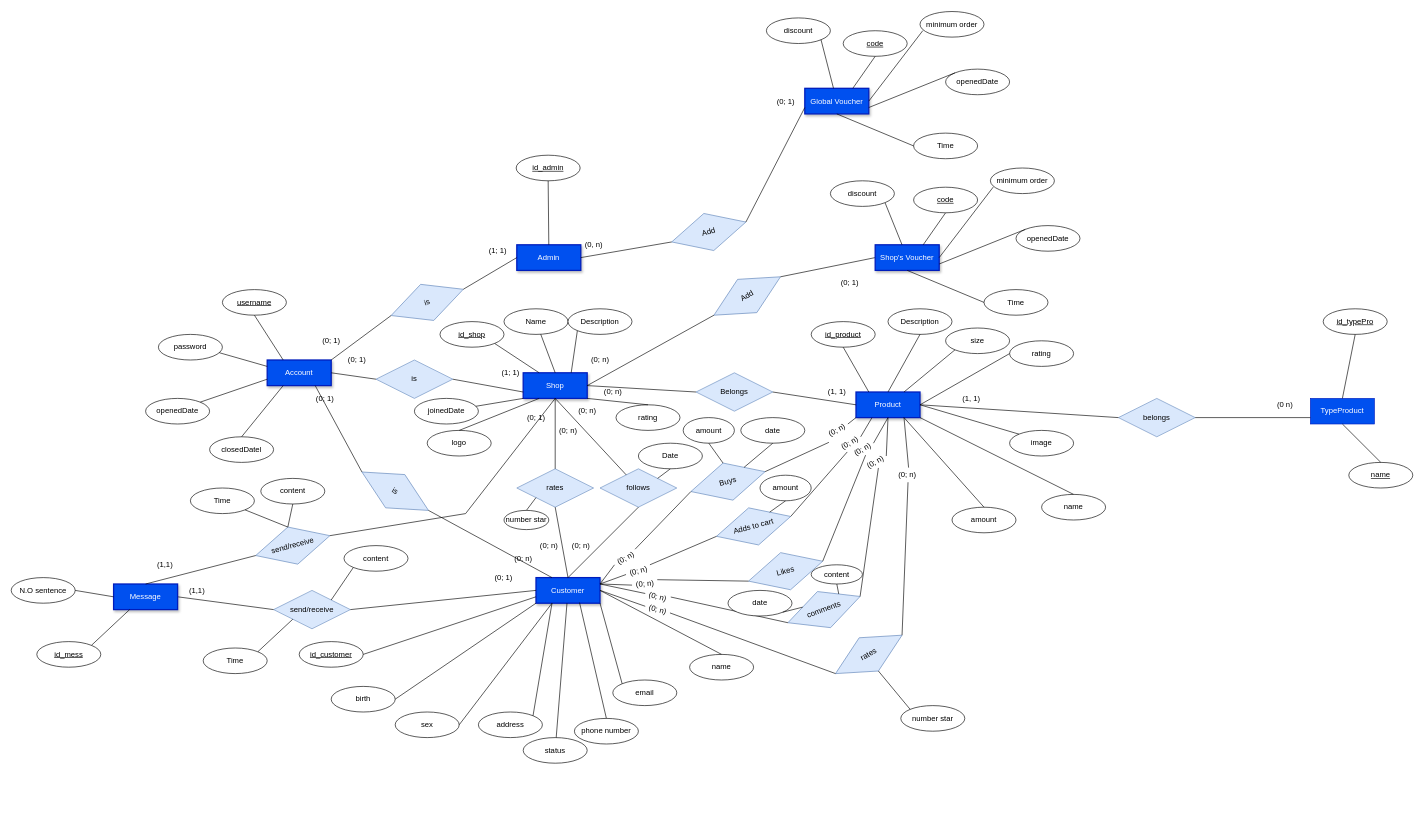
Earlier version of the draw.io diagram database_design/database_design_ER.drawio (ndkhoa200400/Mongoloid). Source tidied: cells renumbered, new cells numbered last; positions are measured from the earlier drawing's top-left corner, leaving out a move shared by most shapes. Both pictures are drawn from the tidied source at 64%, with x=0, y=0 at pixel (11, 12).
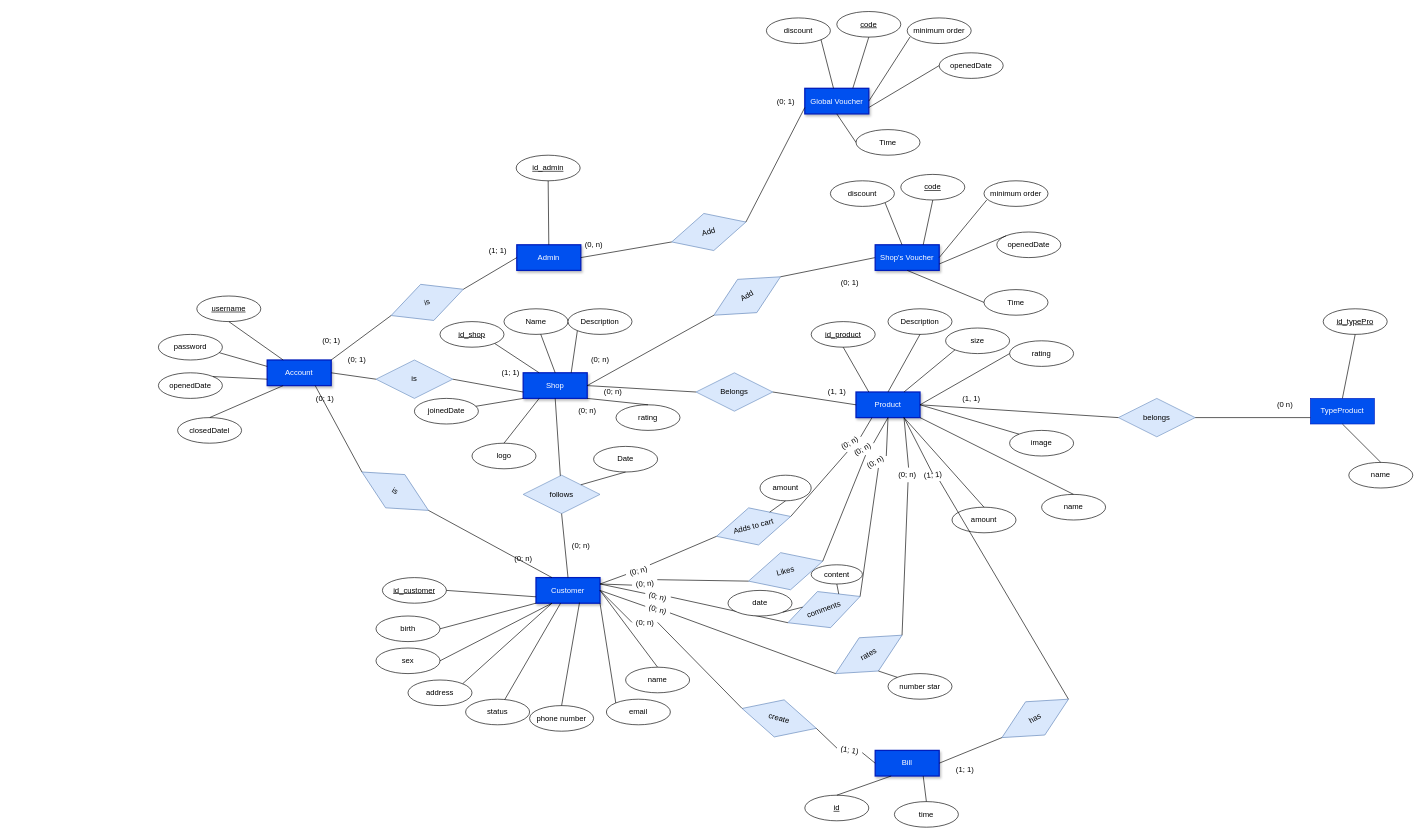
Above is the later version.

Unchanged cells that the change refers to:
```xml
<mxCell id="4" value="Shop" style="whiteSpace=wrap;html=1;align=center;fillColor=#0050ef;strokeColor=#001DBC;fontColor=#ffffff;rounded=0;shadow=1;strokeWidth=2;glass=0;sketch=0;" parent="1" vertex="1">
  <mxGeometry x="800" y="564" width="100" height="40" as="geometry" />
</mxCell>
<mxCell id="5" value="Customer" style="whiteSpace=wrap;html=1;align=center;fillColor=#0050ef;strokeColor=#001DBC;fontColor=#ffffff;rounded=0;shadow=1;strokeWidth=2;glass=0;sketch=0;" parent="1" vertex="1">
  <mxGeometry x="820" y="884" width="100" height="40" as="geometry" />
</mxCell>
<mxCell id="6" value="Product" style="whiteSpace=wrap;html=1;align=center;strokeWidth=2;fillColor=#0050ef;strokeColor=#001DBC;fontColor=#ffffff;perimeterSpacing=0;glass=0;sketch=0;shadow=1;rounded=0;" parent="1" vertex="1">
  <mxGeometry x="1320" y="594" width="100" height="40" as="geometry" />
</mxCell>
<mxCell id="39" value="Global Voucher" style="whiteSpace=wrap;html=1;align=center;fillColor=#0050ef;strokeColor=#001DBC;fontColor=#ffffff;rounded=0;shadow=1;strokeWidth=2;glass=0;sketch=0;" parent="1" vertex="1">
  <mxGeometry x="1240" y="119.5" width="100" height="40" as="geometry" />
</mxCell>
```

Change to the diagram source:
```diff
@@
     <mxCell id="8" value="phone number" style="ellipse;whiteSpace=wrap;html=1;align=center;" parent="1" vertex="1">
-      <mxGeometry x="880" y="1104" width="100" height="40" as="geometry" />
+      <mxGeometry x="810" y="1084" width="100" height="40" as="geometry" />
     </mxCell>
     <mxCell id="9" value="email" style="ellipse;whiteSpace=wrap;html=1;align=center;" parent="1" vertex="1">
-      <mxGeometry x="940" y="1044" width="100" height="40" as="geometry" />
+      <mxGeometry x="930" y="1074" width="100" height="40" as="geometry" />
     </mxCell>
     <mxCell id="10" value="address" style="ellipse;whiteSpace=wrap;html=1;align=center;" parent="1" vertex="1">
-      <mxGeometry x="730" y="1094" width="100" height="40" as="geometry" />
+      <mxGeometry x="620" y="1044" width="100" height="40" as="geometry" />
     </mxCell>
     <mxCell id="11" value="sex" style="ellipse;whiteSpace=wrap;html=1;align=center;" parent="1" vertex="1">
-      <mxGeometry x="600" y="1094" width="100" height="40" as="geometry" />
+      <mxGeometry x="570" y="994" width="100" height="40" as="geometry" />
     </mxCell>
     <mxCell id="12" value="&lt;u&gt;username&lt;/u&gt;" style="ellipse;whiteSpace=wrap;html=1;align=center;" parent="1" vertex="1">
-      <mxGeometry x="330" y="434" width="100" height="40" as="geometry" />
+      <mxGeometry x="290" y="444" width="100" height="40" as="geometry" />
     </mxCell>
@@
     <mxCell id="16" value="openedDate" style="ellipse;whiteSpace=wrap;html=1;align=center;" parent="1" vertex="1">
-      <mxGeometry x="210" y="604" width="100" height="40" as="geometry" />
+      <mxGeometry x="230" y="564" width="100" height="40" as="geometry" />
     </mxCell>
     <mxCell id="17" value="closedDatel" style="ellipse;whiteSpace=wrap;html=1;align=center;" parent="1" vertex="1">
-      <mxGeometry x="310" y="664" width="100" height="40" as="geometry" />
+      <mxGeometry x="260" y="634" width="100" height="40" as="geometry" />
     </mxCell>
@@
     <mxCell id="20" value="name" style="ellipse;whiteSpace=wrap;html=1;align=center;" parent="1" vertex="1">
-      <mxGeometry x="1060" y="1004" width="100" height="40" as="geometry" />
+      <mxGeometry x="960" y="1024" width="100" height="40" as="geometry" />
     </mxCell>
@@
-    <mxCell id="36" value="Buys" style="shape=rhombus;perimeter=rhombusPerimeter;whiteSpace=wrap;html=1;align=center;rotation=-15;fillColor=#dae8fc;strokeColor=#6c8ebf;" parent="1" vertex="1">
-      <mxGeometry x="1060" y="704" width="120" height="60" as="geometry" />
-    </mxCell>
@@
     <mxCell id="40" value="&lt;u&gt;code&lt;/u&gt;" style="ellipse;whiteSpace=wrap;html=1;align=center;" parent="1" vertex="1">
-      <mxGeometry x="1300" y="29.5" width="100" height="40" as="geometry" />
+      <mxGeometry x="1290" y="-0.5" width="100" height="40" as="geometry" />
     </mxCell>
     <mxCell id="41" value="minimum order" style="ellipse;whiteSpace=wrap;html=1;align=center;" parent="1" vertex="1">
-      <mxGeometry x="1420" y="-0.5" width="100" height="40" as="geometry" />
+      <mxGeometry x="1400" y="9.5" width="100" height="40" as="geometry" />
     </mxCell>
@@
     <mxCell id="47" value="logo" style="ellipse;whiteSpace=wrap;html=1;align=center;" parent="1" vertex="1">
-      <mxGeometry x="650" y="654" width="100" height="40" as="geometry" />
+      <mxGeometry x="720" y="674" width="100" height="40" as="geometry" />
     </mxCell>
     <mxCell id="48" value="birth" style="ellipse;whiteSpace=wrap;html=1;align=center;" parent="1" vertex="1">
-      <mxGeometry x="500" y="1054" width="100" height="40" as="geometry" />
+      <mxGeometry x="570" y="944" width="100" height="40" as="geometry" />
     </mxCell>
     <mxCell id="49" value="status" style="ellipse;whiteSpace=wrap;html=1;align=center;" parent="1" vertex="1">
-      <mxGeometry x="800" y="1134" width="100" height="40" as="geometry" />
+      <mxGeometry x="710" y="1074" width="100" height="40" as="geometry" />
     </mxCell>
@@
     <mxCell id="56" value="follows" style="shape=rhombus;perimeter=rhombusPerimeter;whiteSpace=wrap;html=1;align=center;fillColor=#dae8fc;strokeColor=#6c8ebf;" parent="1" vertex="1">
-      <mxGeometry x="920" y="714" width="120" height="60" as="geometry" />
+      <mxGeometry x="800" y="724" width="120" height="60" as="geometry" />
     </mxCell>
@@
-    <mxCell id="59" style="endArrow=none;html=1;rounded=0;exitX=1;exitY=0.25;exitDx=0;exitDy=0;entryX=0;entryY=0.5;entryDx=0;entryDy=0;" parent="1" edge="1" source="137" target="36">
-      <mxGeometry relative="1" as="geometry" />
-    </mxCell>
-    <mxCell id="60" style="endArrow=none;html=1;rounded=0;entryX=0;entryY=1;entryDx=0;entryDy=0;exitX=1;exitY=0.5;exitDx=0;exitDy=0;" parent="1" edge="1" source="145" target="6">
-      <mxGeometry relative="1" as="geometry" />
-    </mxCell>
@@
     <mxCell id="73" value="openedDate" style="ellipse;whiteSpace=wrap;html=1;align=center;" parent="1" vertex="1">
-      <mxGeometry x="1460" y="89.5" width="100" height="40" as="geometry" />
+      <mxGeometry x="1450" y="64" width="100" height="40" as="geometry" />
     </mxCell>
-    <mxCell id="74" style="endArrow=none;html=1;rounded=0;entryX=0;entryY=0;entryDx=0;entryDy=0;exitX=1;exitY=0.75;exitDx=0;exitDy=0;" parent="1" edge="1" source="39" target="73">
+    <mxCell id="74" style="endArrow=none;html=1;rounded=0;entryX=0;entryY=0.5;entryDx=0;entryDy=0;exitX=1;exitY=0.75;exitDx=0;exitDy=0;" parent="1" edge="1" source="39" target="73">
       <mxGeometry relative="1" as="geometry" />
     </mxCell>
     <mxCell id="75" value="Time" style="ellipse;whiteSpace=wrap;html=1;align=center;" parent="1" vertex="1">
-      <mxGeometry x="1410" y="189.5" width="100" height="40" as="geometry" />
+      <mxGeometry x="1320" y="184" width="100" height="40" as="geometry" />
     </mxCell>
@@
-    <mxCell id="95" value="rates" style="shape=rhombus;perimeter=rhombusPerimeter;whiteSpace=wrap;html=1;align=center;fillColor=#dae8fc;strokeColor=#6c8ebf;" parent="1" vertex="1">
-      <mxGeometry x="790" y="714" width="120" height="60" as="geometry" />
-    </mxCell>
-    <mxCell id="96" style="endArrow=none;html=1;rounded=0;entryX=0.5;entryY=1;entryDx=0;entryDy=0;exitX=0.5;exitY=0;exitDx=0;exitDy=0;" parent="1" edge="1" source="95" target="4">
-      <mxGeometry relative="1" as="geometry" />
-    </mxCell>
-    <mxCell id="97" style="endArrow=none;html=1;rounded=0;exitX=0.5;exitY=1;exitDx=0;exitDy=0;entryX=0.5;entryY=0;entryDx=0;entryDy=0;" parent="1" edge="1" source="95" target="5">
-      <mxGeometry relative="1" as="geometry" />
-    </mxCell>
@@
-    <mxCell id="105" value="send/receive" style="shape=rhombus;perimeter=rhombusPerimeter;whiteSpace=wrap;html=1;align=center;fillColor=#dae8fc;strokeColor=#6c8ebf;" parent="1" vertex="1">
-      <mxGeometry x="410" y="904" width="120" height="60" as="geometry" />
-    </mxCell>
-    <mxCell id="106" style="endArrow=none;html=1;rounded=0;entryX=0;entryY=0.5;entryDx=0;entryDy=0;exitX=1;exitY=0.5;exitDx=0;exitDy=0;" parent="1" edge="1" source="176" target="105">
-      <mxGeometry relative="1" as="geometry" />
-    </mxCell>
-    <mxCell id="107" style="endArrow=none;html=1;rounded=0;exitX=1;exitY=0.5;exitDx=0;exitDy=0;entryX=0;entryY=0.5;entryDx=0;entryDy=0;" parent="1" edge="1" source="105" target="5">
-      <mxGeometry relative="1" as="geometry" />
-    </mxCell>
@@
-    <mxCell id="115" value="(0; 1)" style="text;html=1;align=center;verticalAlign=middle;" parent="1" vertex="1">
-      <mxGeometry x="749" y="874" width="40" height="20" as="geometry" />
-    </mxCell>
@@
-    <mxCell id="119" value="(0; n)" style="text;html=1;align=center;verticalAlign=middle;" parent="1" vertex="1">
-      <mxGeometry x="820" y="824" width="40" height="20" as="geometry" />
-    </mxCell>
@@
-    <mxCell id="122" value="(0; n)" style="text;html=1;align=center;verticalAlign=middle;" parent="1" vertex="1">
-      <mxGeometry x="850" y="644" width="40" height="20" as="geometry" />
-    </mxCell>
-    <mxCell id="123" value="(1,1)" style="text;html=1;align=center;verticalAlign=middle;" parent="1" vertex="1">
-      <mxGeometry x="270" y="894" width="40" height="20" as="geometry" />
-    </mxCell>
@@
     <mxCell id="133" value="&lt;u&gt;id_customer&lt;/u&gt;" style="ellipse;whiteSpace=wrap;html=1;align=center;" parent="1" vertex="1">
-      <mxGeometry x="450" y="984" width="100" height="40" as="geometry" />
+      <mxGeometry x="580" y="884" width="100" height="40" as="geometry" />
     </mxCell>
@@
-    <mxCell id="137" value="(0; n)" style="text;html=1;align=center;verticalAlign=middle;points=[];rotation=-30;" parent="1" vertex="1">
-      <mxGeometry x="940" y="844" width="40" height="20" as="geometry" />
-    </mxCell>
-    <mxCell id="138" style="endArrow=none;html=1;rounded=0;exitX=1;exitY=0.25;exitDx=0;exitDy=0;entryX=0;entryY=0.5;entryDx=0;entryDy=0;" parent="1" edge="1" source="5" target="137">
-      <mxGeometry relative="1" as="geometry" />
-    </mxCell>
@@
-    <mxCell id="145" value="(0; n)" style="text;html=1;align=center;verticalAlign=middle;points=[];rotation=-30;" parent="1" vertex="1">
-      <mxGeometry x="1270" y="644" width="40" height="20" as="geometry" />
-    </mxCell>
-    <mxCell id="146" style="endArrow=none;html=1;rounded=0;entryX=0;entryY=1;entryDx=0;entryDy=0;exitX=1;exitY=0.5;exitDx=0;exitDy=0;" parent="1" edge="1" source="36" target="145">
-      <mxGeometry relative="1" as="geometry" />
-    </mxCell>
@@
     <mxCell id="157" value="number star" style="ellipse;whiteSpace=wrap;html=1;align=center;strokeColor=#000000;" parent="1" vertex="1">
-      <mxGeometry x="1390" y="1084" width="100" height="40" as="geometry" />
+      <mxGeometry x="1370" y="1034" width="100" height="40" as="geometry" />
     </mxCell>
@@
-    <mxCell id="159" value="number star" style="ellipse;whiteSpace=wrap;html=1;align=center;strokeColor=#000000;" parent="1" vertex="1">
-      <mxGeometry x="770" y="779" width="70" height="30" as="geometry" />
-    </mxCell>
-    <mxCell id="160" style="endArrow=none;html=1;rounded=0;entryX=0.5;entryY=0;entryDx=0;entryDy=0;exitX=0;exitY=1;exitDx=0;exitDy=0;" parent="1" edge="1" source="95" target="159">
-      <mxGeometry relative="1" as="geometry" />
-    </mxCell>
@@
     <mxCell id="163" value="&lt;u&gt;code&lt;/u&gt;" style="ellipse;whiteSpace=wrap;html=1;align=center;" parent="1" vertex="1">
-      <mxGeometry x="1410" y="274" width="100" height="40" as="geometry" />
+      <mxGeometry x="1390" y="254" width="100" height="40" as="geometry" />
     </mxCell>
     <mxCell id="164" value="minimum order" style="ellipse;whiteSpace=wrap;html=1;align=center;" parent="1" vertex="1">
-      <mxGeometry x="1530" y="244" width="100" height="40" as="geometry" />
+      <mxGeometry x="1520" y="264" width="100" height="40" as="geometry" />
     </mxCell>
@@
     <mxCell id="168" value="openedDate" style="ellipse;whiteSpace=wrap;html=1;align=center;" parent="1" vertex="1">
-      <mxGeometry x="1570" y="334" width="100" height="40" as="geometry" />
+      <mxGeometry x="1540" y="344" width="100" height="40" as="geometry" />
     </mxCell>
@@
-    <mxCell id="173" value="&lt;u&gt;name&lt;/u&gt;" style="ellipse;whiteSpace=wrap;html=1;align=center;" parent="1" vertex="1">
+    <mxCell id="173" value="name" style="ellipse;whiteSpace=wrap;html=1;align=center;" parent="1" vertex="1">
       <mxGeometry x="2090" y="704" width="100" height="40" as="geometry" />
     </mxCell>
@@
-    <mxCell id="175" value="Time" style="ellipse;whiteSpace=wrap;html=1;align=center;strokeColor=#000000;" parent="1" vertex="1">
-      <mxGeometry x="300" y="994" width="100" height="40" as="geometry" />
-    </mxCell>
-    <mxCell id="176" value="Message" style="whiteSpace=wrap;html=1;align=center;rounded=0;shadow=1;glass=0;sketch=0;strokeColor=#001DBC;strokeWidth=2;fontColor=#ffffff;fillColor=#0050ef;" parent="1" vertex="1">
-      <mxGeometry x="160" y="894" width="100" height="40" as="geometry" />
-    </mxCell>
-    <mxCell id="177" value="send/receive" style="shape=rhombus;perimeter=rhombusPerimeter;whiteSpace=wrap;html=1;align=center;fillColor=#dae8fc;strokeColor=#6c8ebf;rotation=-15;" parent="1" vertex="1">
-      <mxGeometry x="380" y="804" width="120" height="60" as="geometry" />
-    </mxCell>
-    <mxCell id="178" style="endArrow=none;html=1;rounded=0;entryX=0.5;entryY=1;entryDx=0;entryDy=0;exitX=1;exitY=0.5;exitDx=0;exitDy=0;" parent="1" edge="1" source="177" target="4">
-      <mxGeometry relative="1" as="geometry">
-        <Array as="points">
-          <mxPoint x="710" y="784" />
-        </Array>
-      </mxGeometry>
-    </mxCell>
-    <mxCell id="179" style="endArrow=none;html=1;rounded=0;entryX=0;entryY=0.5;entryDx=0;entryDy=0;exitX=0.5;exitY=0;exitDx=0;exitDy=0;" parent="1" edge="1" source="176" target="177">
-      <mxGeometry relative="1" as="geometry" />
-    </mxCell>
-    <mxCell id="180" value="(1,1)" style="text;html=1;align=center;verticalAlign=middle;" parent="1" vertex="1">
-      <mxGeometry x="220" y="854" width="40" height="20" as="geometry" />
-    </mxCell>
-    <mxCell id="181" value="(0; 1)" style="text;html=1;align=center;verticalAlign=middle;" parent="1" vertex="1">
-      <mxGeometry x="800" y="624" width="40" height="20" as="geometry" />
-    </mxCell>
-    <mxCell id="182" style="endArrow=none;html=1;rounded=0;entryX=0;entryY=1;entryDx=0;entryDy=0;exitX=1;exitY=0;exitDx=0;exitDy=0;" parent="1" edge="1" source="175" target="105">
-      <mxGeometry relative="1" as="geometry" />
-    </mxCell>
-    <mxCell id="183" value="Time" style="ellipse;whiteSpace=wrap;html=1;align=center;strokeColor=#000000;" parent="1" vertex="1">
-      <mxGeometry x="280" y="744" width="100" height="40" as="geometry" />
-    </mxCell>
-    <mxCell id="184" style="endArrow=none;html=1;rounded=0;entryX=0.5;entryY=0;entryDx=0;entryDy=0;exitX=1;exitY=1;exitDx=0;exitDy=0;" parent="1" edge="1" source="183" target="177">
-      <mxGeometry relative="1" as="geometry" />
-    </mxCell>
-    <mxCell id="185" value="id_mess" style="ellipse;whiteSpace=wrap;html=1;align=center;strokeColor=#000000;fontStyle=4;" parent="1" vertex="1">
-      <mxGeometry x="40" y="984" width="100" height="40" as="geometry" />
-    </mxCell>
-    <mxCell id="186" value="N.O sentence" style="ellipse;whiteSpace=wrap;html=1;align=center;strokeColor=#000000;" parent="1" vertex="1">
-      <mxGeometry y="884" width="100" height="40" as="geometry" />
-    </mxCell>
-    <mxCell id="187" value="content" style="ellipse;whiteSpace=wrap;html=1;align=center;strokeColor=#000000;" parent="1" vertex="1">
-      <mxGeometry x="390" y="729" width="100" height="40" as="geometry" />
-    </mxCell>
-    <mxCell id="188" style="endArrow=none;html=1;rounded=0;entryX=0.5;entryY=0;entryDx=0;entryDy=0;exitX=0.5;exitY=1;exitDx=0;exitDy=0;" parent="1" edge="1" source="187" target="177">
-      <mxGeometry relative="1" as="geometry" />
-    </mxCell>
-    <mxCell id="189" style="endArrow=none;html=1;rounded=0;entryX=0;entryY=0.5;entryDx=0;entryDy=0;exitX=1;exitY=0.5;exitDx=0;exitDy=0;" parent="1" edge="1" source="186" target="176">
-      <mxGeometry relative="1" as="geometry" />
-    </mxCell>
-    <mxCell id="190" style="endArrow=none;html=1;rounded=0;entryX=0.25;entryY=1;entryDx=0;entryDy=0;exitX=1;exitY=0;exitDx=0;exitDy=0;" parent="1" edge="1" source="185" target="176">
-      <mxGeometry relative="1" as="geometry" />
-    </mxCell>
-    <mxCell id="191" value="content" style="ellipse;whiteSpace=wrap;html=1;align=center;strokeColor=#000000;" parent="1" vertex="1">
-      <mxGeometry x="520" y="834" width="100" height="40" as="geometry" />
-    </mxCell>
-    <mxCell id="192" style="endArrow=none;html=1;rounded=0;entryX=0;entryY=1;entryDx=0;entryDy=0;exitX=1;exitY=0;exitDx=0;exitDy=0;" parent="1" edge="1" source="105" target="191">
-      <mxGeometry relative="1" as="geometry" />
-    </mxCell>
     <mxCell id="193" value="Date" style="ellipse;whiteSpace=wrap;html=1;align=center;strokeColor=#000000;" parent="1" vertex="1">
-      <mxGeometry x="980" y="674" width="100" height="40" as="geometry" />
+      <mxGeometry x="910" y="679" width="100" height="40" as="geometry" />
     </mxCell>
@@
-    <mxCell id="195" value="date" style="ellipse;whiteSpace=wrap;html=1;align=center;strokeColor=#000000;" parent="1" vertex="1">
-      <mxGeometry x="1140" y="634" width="100" height="40" as="geometry" />
-    </mxCell>
-    <mxCell id="196" style="endArrow=none;html=1;rounded=0;entryX=0.5;entryY=1;entryDx=0;entryDy=0;exitX=1;exitY=0;exitDx=0;exitDy=0;" parent="1" edge="1" source="36" target="195">
-      <mxGeometry relative="1" as="geometry" />
-    </mxCell>
-    <mxCell id="197" value="amount" style="ellipse;whiteSpace=wrap;html=1;align=center;strokeColor=#000000;" parent="1" vertex="1">
-      <mxGeometry x="1050" y="634" width="80" height="40" as="geometry" />
-    </mxCell>
-    <mxCell id="198" style="endArrow=none;html=1;rounded=0;entryX=0.5;entryY=1;entryDx=0;entryDy=0;exitX=0.5;exitY=0;exitDx=0;exitDy=0;" parent="1" edge="1" source="36" target="197">
-      <mxGeometry relative="1" as="geometry" />
-    </mxCell>
@@
+    <mxCell id="205" value="Bill" style="whiteSpace=wrap;html=1;align=center;fillColor=#0050ef;strokeColor=#001DBC;fontColor=#ffffff;rounded=0;shadow=1;strokeWidth=2;glass=0;sketch=0;" parent="1" vertex="1">
+      <mxGeometry x="1350" y="1154" width="100" height="40" as="geometry" />
+    </mxCell>
+    <mxCell id="206" value="has" style="shape=rhombus;perimeter=rhombusPerimeter;whiteSpace=wrap;html=1;align=center;rotation=-30;fillColor=#dae8fc;strokeColor=#6c8ebf;" parent="1" vertex="1">
+      <mxGeometry x="1540" y="1074" width="120" height="60" as="geometry" />
+    </mxCell>
+    <mxCell id="207" value="create" style="shape=rhombus;perimeter=rhombusPerimeter;whiteSpace=wrap;html=1;align=center;rotation=15;fillColor=#dae8fc;strokeColor=#6c8ebf;" parent="1" vertex="1">
+      <mxGeometry x="1140" y="1074" width="120" height="60" as="geometry" />
+    </mxCell>
+    <mxCell id="208" style="endArrow=none;html=1;rounded=0;exitX=1;exitY=0.5;exitDx=0;exitDy=0;entryX=0;entryY=0.5;entryDx=0;entryDy=0;" parent="1" edge="1" source="214" target="207">
+      <mxGeometry relative="1" as="geometry" />
+    </mxCell>
+    <mxCell id="209" style="endArrow=none;html=1;rounded=0;exitX=1;exitY=0.5;exitDx=0;exitDy=0;entryX=0;entryY=0.5;entryDx=0;entryDy=0;" parent="1" edge="1" source="216" target="205">
+      <mxGeometry relative="1" as="geometry" />
+    </mxCell>
+    <mxCell id="210" style="endArrow=none;html=1;rounded=0;exitX=0;exitY=0.5;exitDx=0;exitDy=0;entryX=1;entryY=0.5;entryDx=0;entryDy=0;" parent="1" edge="1" source="206" target="205">
+      <mxGeometry relative="1" as="geometry" />
+    </mxCell>
+    <mxCell id="211" style="endArrow=none;html=1;rounded=0;entryX=0.75;entryY=1;entryDx=0;entryDy=0;" parent="1" edge="1" target="6">
+      <mxGeometry relative="1" as="geometry">
+        <mxPoint x="1440" y="722" as="sourcePoint" />
+      </mxGeometry>
+    </mxCell>
+    <mxCell id="212" value="id" style="ellipse;whiteSpace=wrap;html=1;align=center;fontStyle=4;" parent="1" vertex="1">
+      <mxGeometry x="1240" y="1224" width="100" height="40" as="geometry" />
+    </mxCell>
+    <mxCell id="213" value="time" style="ellipse;whiteSpace=wrap;html=1;align=center;strokeColor=#000000;" parent="1" vertex="1">
+      <mxGeometry x="1380" y="1234" width="100" height="40" as="geometry" />
+    </mxCell>
+    <mxCell id="214" value="(0; n)" style="text;html=1;align=center;verticalAlign=middle;points=[];" parent="1" vertex="1">
+      <mxGeometry x="970" y="944" width="40" height="20" as="geometry" />
+    </mxCell>
+    <mxCell id="215" style="endArrow=none;html=1;rounded=0;exitX=1;exitY=0.5;exitDx=0;exitDy=0;entryX=0;entryY=0.5;entryDx=0;entryDy=0;" parent="1" edge="1" source="5" target="214">
+      <mxGeometry relative="1" as="geometry" />
+    </mxCell>
+    <mxCell id="216" value="(1; 1)" style="text;html=1;align=center;verticalAlign=middle;points=[];rotation=10;" parent="1" vertex="1">
+      <mxGeometry x="1290" y="1144" width="40" height="20" as="geometry" />
+    </mxCell>
+    <mxCell id="217" style="endArrow=none;html=1;rounded=0;exitX=1;exitY=0.5;exitDx=0;exitDy=0;entryX=0;entryY=0.5;entryDx=0;entryDy=0;" parent="1" edge="1" source="207" target="216">
+      <mxGeometry relative="1" as="geometry" />
+    </mxCell>
+    <mxCell id="218" value="(1; 1)" style="text;html=1;align=center;verticalAlign=middle;rotation=0;" parent="1" vertex="1">
+      <mxGeometry x="1470" y="1174" width="40" height="20" as="geometry" />
+    </mxCell>
+    <mxCell id="219" value="(1; 1)" style="text;html=1;align=center;verticalAlign=middle;points=[];rotation=-5;" parent="1" vertex="1">
+      <mxGeometry x="1420" y="714" width="40" height="20" as="geometry" />
+    </mxCell>
+    <mxCell id="220" style="endArrow=none;html=1;rounded=0;exitX=1;exitY=0.5;exitDx=0;exitDy=0;entryX=0.75;entryY=1;entryDx=0;entryDy=0;" parent="1" edge="1" source="206" target="219">
+      <mxGeometry relative="1" as="geometry" />
+    </mxCell>
+    <mxCell id="221" style="endArrow=none;html=1;rounded=0;exitX=0.25;exitY=1;exitDx=0;exitDy=0;entryX=0.5;entryY=0;entryDx=0;entryDy=0;" parent="1" edge="1" source="205" target="212">
+      <mxGeometry relative="1" as="geometry" />
+    </mxCell>
+    <mxCell id="222" style="endArrow=none;html=1;rounded=0;exitX=0.75;exitY=1;exitDx=0;exitDy=0;entryX=0.5;entryY=0;entryDx=0;entryDy=0;" parent="1" edge="1" source="205" target="213">
+      <mxGeometry relative="1" as="geometry" />
+    </mxCell>
```
